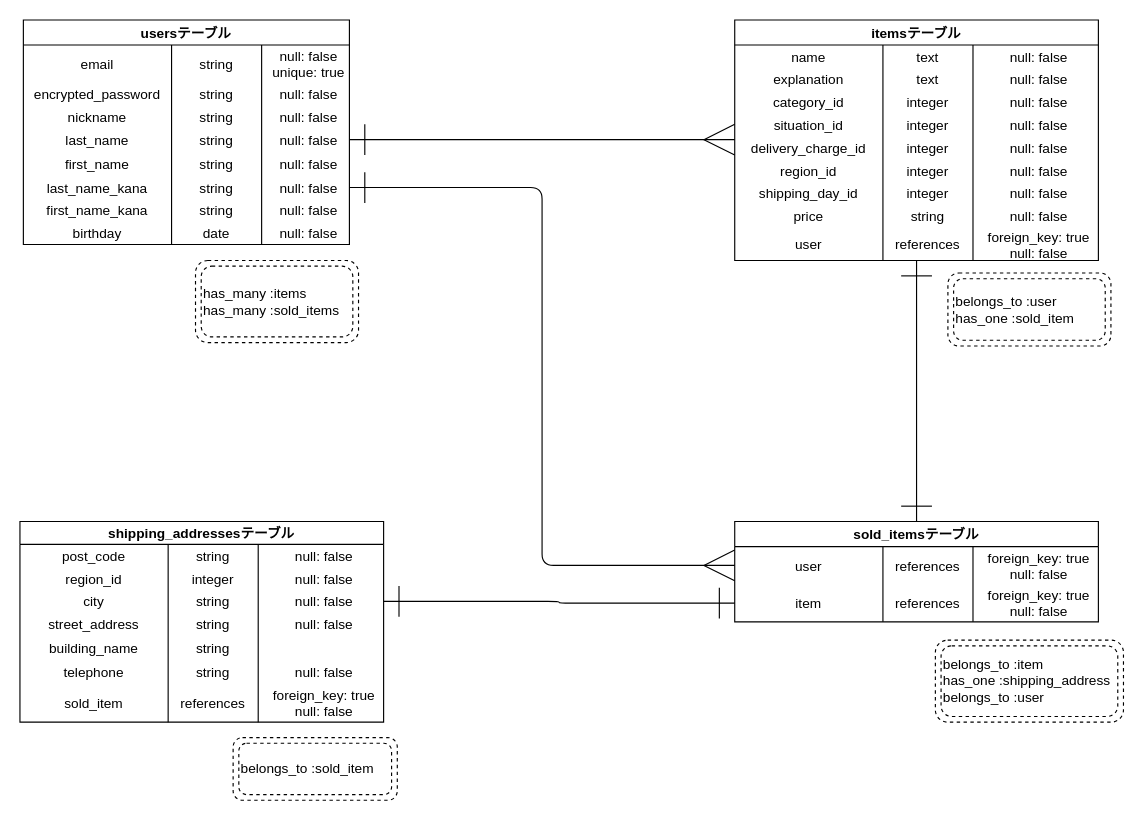
This is ER.dio from greatyo/furima-39507, a draw.io file, before an edit. Source tidied: cells renumbered, new cells numbered last; positions are measured from the earlier drawing's top-left corner, leaving out a move shared by most shapes. Both pictures are drawn from the tidied source at 114%, with x=0, y=0 at pixel (19, 19).
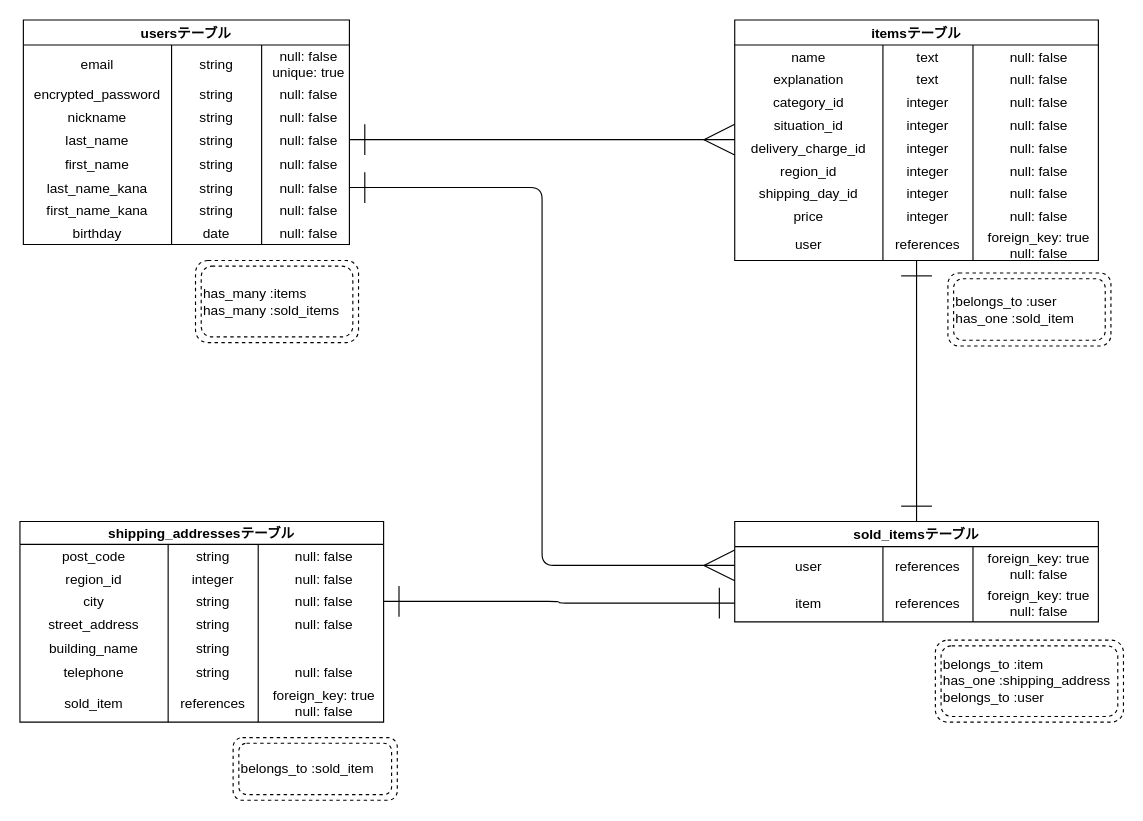
The same diagram, later.

Commit message (it also covers changes not shown here):
ER図とREADMEの修正2回目

Unchanged cells that the change refers to:
```xml
<mxCell id="64" style="shape=tableRow;horizontal=0;startSize=0;swimlaneHead=0;swimlaneBody=0;fillColor=none;top=0;left=0;right=0;bottom=0;" parent="35" vertex="1">
  <mxGeometry y="162" width="319" height="20" as="geometry" />
</mxCell>
```

The edit, as a diff of the source:
```diff
@@
-    <mxCell id="66" value="string" style="shape=partialRectangle;fillColor=none;top=0;left=0;bottom=0;right=0;overflow=hidden;strokeWidth=1;perimeterSpacing=1;" parent="64" vertex="1">
+    <mxCell id="66" value="integer" style="shape=partialRectangle;fillColor=none;top=0;left=0;bottom=0;right=0;overflow=hidden;strokeWidth=1;perimeterSpacing=1;" parent="64" vertex="1">
       <mxGeometry x="130" width="79" height="20" as="geometry" />
     </mxCell>
```
